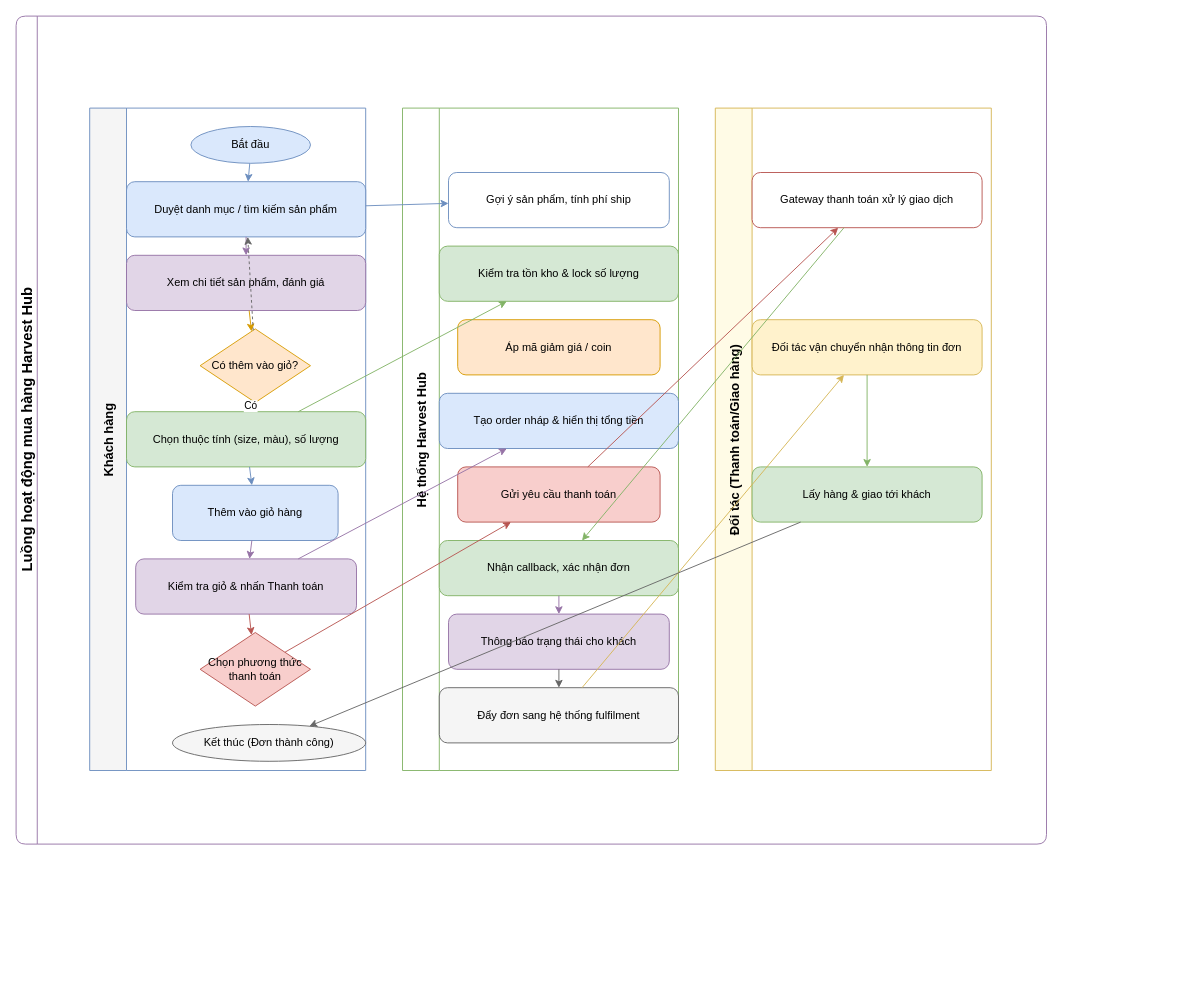
Before: so_do/bieu_do_hoat_dong_muahang.drawio in doanquanghung2003/harvest-hub-backend, a draw.io diagram. Source tidied: cells renumbered, new cells numbered last; positions are measured from the earlier drawing's top-left corner, leaving out a move shared by most shapes. Both pictures are drawn from the tidied source at 92%, with x=0, y=0 at pixel (16, 16).
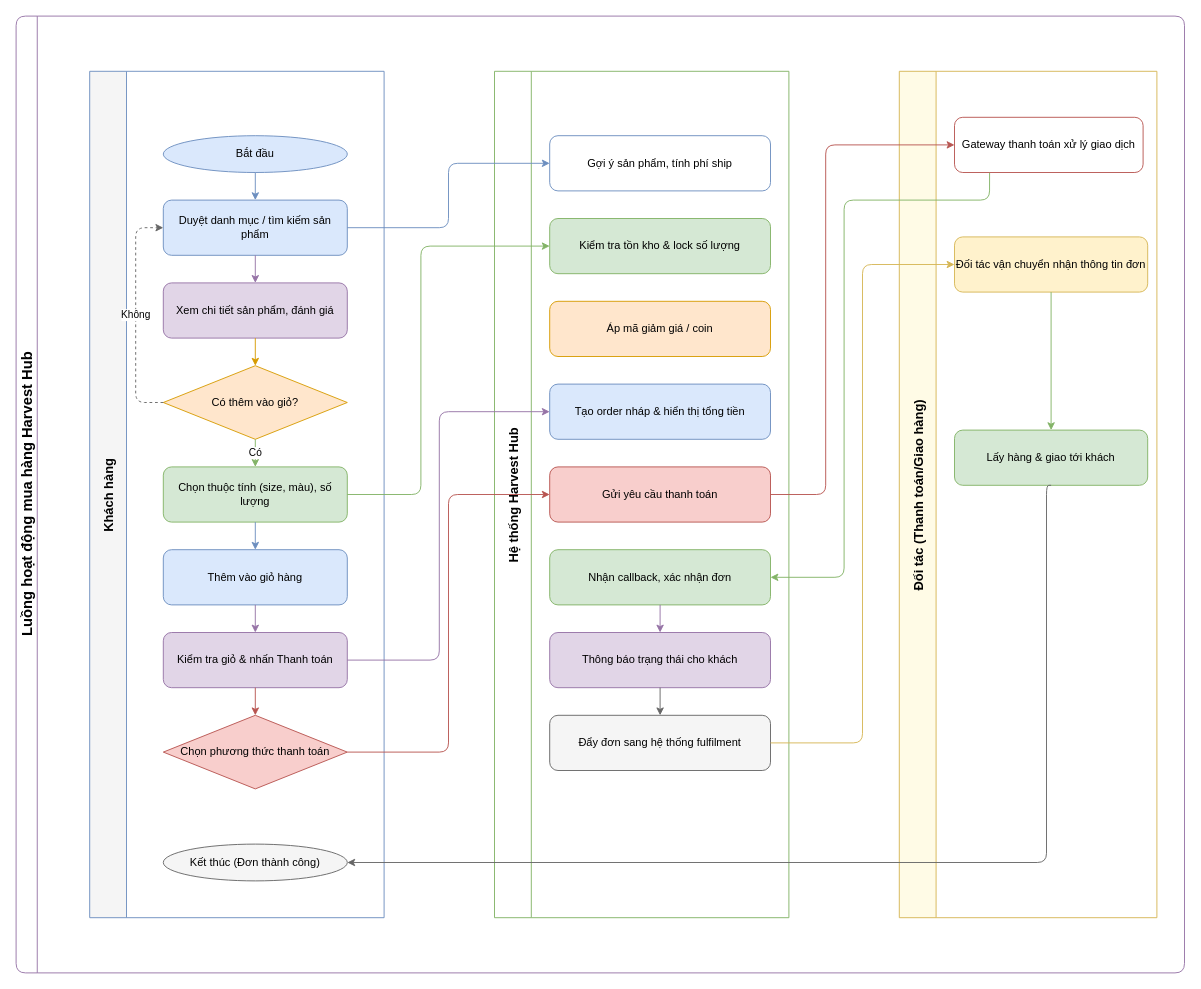
The same diagram, later.

The edit, as a diff of the source:
```diff
@@
     <mxCell id="2" value="Luồng hoạt động mua hàng Harvest Hub" style="swimlane;horizontal=0;rounded=1;whiteSpace=wrap;html=1;fontSize=16;strokeColor=#9673a6;fillColor=#ffffff;" parent="1" vertex="1">
-      <mxGeometry width="1120" height="900" as="geometry" />
+      <mxGeometry width="1270" height="1040" as="geometry" />
     </mxCell>
     <mxCell id="3" value="Khách hàng" style="swimlane;horizontal=0;startSize=40;strokeColor=#6c8ebf;fillColor=#f5f5f5;fontSize=14;" parent="2" vertex="1">
-      <mxGeometry x="80" y="100" width="300" height="720" as="geometry" />
+      <mxGeometry x="80" y="60" width="320" height="920" as="geometry" />
     </mxCell>
     <mxCell id="4" value="Bắt đầu" style="ellipse;whiteSpace=wrap;html=1;fillColor=#dae8fc;strokeColor=#6c8ebf;" parent="3" vertex="1">
-      <mxGeometry x="110" y="20" width="130" height="40" as="geometry" />
+      <mxGeometry x="80" y="70" width="200" height="40" as="geometry" />
     </mxCell>
     <mxCell id="5" value="Duyệt danh mục / tìm kiếm sản phẩm" style="rounded=1;whiteSpace=wrap;html=1;strokeColor=#6c8ebf;fillColor=#dae8fc;" parent="3" vertex="1">
-      <mxGeometry x="40" y="80" width="260" height="60" as="geometry" />
+      <mxGeometry x="80" y="140" width="200" height="60" as="geometry" />
     </mxCell>
     <mxCell id="6" value="Xem chi tiết sản phẩm, đánh giá" style="rounded=1;whiteSpace=wrap;html=1;strokeColor=#9673a6;fillColor=#e1d5e7;" parent="3" vertex="1">
-      <mxGeometry x="40" y="160" width="260" height="60" as="geometry" />
+      <mxGeometry x="80" y="230" width="200" height="60" as="geometry" />
     </mxCell>
     <mxCell id="7" value="Có thêm vào giỏ?" style="rhombus;whiteSpace=wrap;html=1;strokeColor=#d79b00;fillColor=#ffe6cc;" parent="3" vertex="1">
-      <mxGeometry x="120" y="240" width="120" height="80" as="geometry" />
+      <mxGeometry x="80" y="320" width="200" height="80" as="geometry" />
     </mxCell>
     <mxCell id="8" value="Chọn thuộc tính (size, màu), số lượng" style="rounded=1;whiteSpace=wrap;html=1;strokeColor=#82b366;fillColor=#d5e8d4;" parent="3" vertex="1">
-      <mxGeometry x="40" y="330" width="260" height="60" as="geometry" />
+      <mxGeometry x="80" y="430" width="200" height="60" as="geometry" />
     </mxCell>
     <mxCell id="9" value="Thêm vào giỏ hàng" style="rounded=1;whiteSpace=wrap;html=1;strokeColor=#6c8ebf;fillColor=#dae8fc;" parent="3" vertex="1">
-      <mxGeometry x="90" y="410" width="180" height="60" as="geometry" />
+      <mxGeometry x="80" y="520" width="200" height="60" as="geometry" />
     </mxCell>
     <mxCell id="10" value="Kiểm tra giỏ &amp; nhấn Thanh toán" style="rounded=1;whiteSpace=wrap;html=1;strokeColor=#9673a6;fillColor=#e1d5e7;" parent="3" vertex="1">
-      <mxGeometry x="50" y="490" width="240" height="60" as="geometry" />
+      <mxGeometry x="80" y="610" width="200" height="60" as="geometry" />
     </mxCell>
     <mxCell id="11" value="Chọn phương thức thanh toán" style="rhombus;whiteSpace=wrap;html=1;strokeColor=#b85450;fillColor=#f8cecc;" parent="3" vertex="1">
-      <mxGeometry x="120" y="570" width="120" height="80" as="geometry" />
+      <mxGeometry x="80" y="700" width="200" height="80" as="geometry" />
     </mxCell>
     <mxCell id="12" value="Kết thúc (Đơn thành công)" style="ellipse;whiteSpace=wrap;html=1;fillColor=#f5f5f5;strokeColor=#666666;" parent="3" vertex="1">
-      <mxGeometry x="90" y="670" width="210" height="40" as="geometry" />
+      <mxGeometry x="80" y="840" width="200" height="40" as="geometry" />
     </mxCell>
@@
-    <mxCell id="17" style="endArrow=classic;html=1;strokeColor=#666666;dashed=1;" parent="3" edge="1" source="7" target="5">
-      <mxGeometry relative="1" as="geometry" />
+    <mxCell id="17" value="Không" style="endArrow=classic;html=1;strokeColor=#666666;dashed=1;" parent="3" edge="1" source="7" target="5">
+      <mxGeometry relative="1" as="geometry">
+        <Array as="points">
+          <mxPoint x="50" y="360" />
+          <mxPoint x="50" y="170" />
+        </Array>
+      </mxGeometry>
     </mxCell>
@@
     <mxCell id="21" value="Hệ thống Harvest Hub" style="swimlane;horizontal=0;startSize=40;strokeColor=#82b366;fillColor=#ffffff;fontSize=14;" parent="2" vertex="1">
-      <mxGeometry x="420" y="100" width="300" height="720" as="geometry" />
+      <mxGeometry x="520" y="60" width="320" height="920" as="geometry" />
     </mxCell>
     <mxCell id="22" value="Gợi ý sản phẩm, tính phí ship" style="rounded=1;whiteSpace=wrap;html=1;strokeColor=#6c8ebf;fillColor=#ffffff;" parent="21" vertex="1">
-      <mxGeometry x="50" y="70" width="240" height="60" as="geometry" />
+      <mxGeometry x="60" y="70" width="240" height="60" as="geometry" />
     </mxCell>
     <mxCell id="23" value="Kiểm tra tồn kho &amp; lock số lượng" style="rounded=1;whiteSpace=wrap;html=1;strokeColor=#82b366;fillColor=#d5e8d4;" parent="21" vertex="1">
-      <mxGeometry x="40" y="150" width="260" height="60" as="geometry" />
+      <mxGeometry x="60" y="160" width="240" height="60" as="geometry" />
     </mxCell>
     <mxCell id="24" value="Áp mã giảm giá / coin" style="rounded=1;whiteSpace=wrap;html=1;strokeColor=#d79b00;fillColor=#ffe6cc;" parent="21" vertex="1">
-      <mxGeometry x="60" y="230" width="220" height="60" as="geometry" />
+      <mxGeometry x="60" y="250" width="240" height="60" as="geometry" />
     </mxCell>
     <mxCell id="25" value="Tạo order nháp &amp; hiển thị tổng tiền" style="rounded=1;whiteSpace=wrap;html=1;strokeColor=#6c8ebf;fillColor=#dae8fc;" parent="21" vertex="1">
-      <mxGeometry x="40" y="310" width="260" height="60" as="geometry" />
+      <mxGeometry x="60" y="340" width="240" height="60" as="geometry" />
     </mxCell>
     <mxCell id="26" value="Gửi yêu cầu thanh toán" style="rounded=1;whiteSpace=wrap;html=1;strokeColor=#b85450;fillColor=#f8cecc;" parent="21" vertex="1">
-      <mxGeometry x="60" y="390" width="220" height="60" as="geometry" />
+      <mxGeometry x="60" y="430" width="240" height="60" as="geometry" />
     </mxCell>
     <mxCell id="27" value="Nhận callback, xác nhận đơn" style="rounded=1;whiteSpace=wrap;html=1;strokeColor=#82b366;fillColor=#d5e8d4;" parent="21" vertex="1">
-      <mxGeometry x="40" y="470" width="260" height="60" as="geometry" />
+      <mxGeometry x="60" y="520" width="240" height="60" as="geometry" />
     </mxCell>
     <mxCell id="28" value="Thông báo trạng thái cho khách" style="rounded=1;whiteSpace=wrap;html=1;strokeColor=#9673a6;fillColor=#e1d5e7;" parent="21" vertex="1">
-      <mxGeometry x="50" y="550" width="240" height="60" as="geometry" />
+      <mxGeometry x="60" y="610" width="240" height="60" as="geometry" />
     </mxCell>
     <mxCell id="29" value="Đẩy đơn sang hệ thống fulfilment" style="rounded=1;whiteSpace=wrap;html=1;strokeColor=#666666;fillColor=#f5f5f5;" parent="21" vertex="1">
-      <mxGeometry x="40" y="630" width="260" height="60" as="geometry" />
+      <mxGeometry x="60" y="700" width="240" height="60" as="geometry" />
     </mxCell>
@@
     <mxCell id="32" value="Đối tác (Thanh toán/Giao hàng)" style="swimlane;horizontal=0;startSize=40;strokeColor=#d6b656;fillColor=#fffbe6;fontSize=14;" parent="2" vertex="1">
-      <mxGeometry x="760" y="100" width="300" height="720" as="geometry" />
+      <mxGeometry x="960" y="60" width="280" height="920" as="geometry" />
     </mxCell>
     <mxCell id="33" value="Gateway thanh toán xử lý giao dịch" style="rounded=1;whiteSpace=wrap;html=1;strokeColor=#b85450;fillColor=#ffffff;" parent="32" vertex="1">
-      <mxGeometry x="40" y="70" width="250" height="60" as="geometry" />
+      <mxGeometry x="60" y="50" width="205" height="60" as="geometry" />
     </mxCell>
     <mxCell id="34" value="Đối tác vận chuyển nhận thông tin đơn" style="rounded=1;whiteSpace=wrap;html=1;strokeColor=#d6b656;fillColor=#fff2cc;" parent="32" vertex="1">
-      <mxGeometry x="40" y="230" width="250" height="60" as="geometry" />
+      <mxGeometry x="60" y="180" width="210" height="60" as="geometry" />
     </mxCell>
     <mxCell id="35" value="Lấy hàng &amp; giao tới khách" style="rounded=1;whiteSpace=wrap;html=1;strokeColor=#82b366;fillColor=#d5e8d4;" parent="32" vertex="1">
-      <mxGeometry x="40" y="390" width="250" height="60" as="geometry" />
+      <mxGeometry x="60" y="390" width="210" height="60" as="geometry" />
     </mxCell>
@@
-    <mxCell id="37" style="endArrow=classic;html=1;strokeColor=#6c8ebf;" parent="2" edge="1" source="5" target="22">
+    <mxCell id="37" style="edgeStyle=orthogonalEdgeStyle;endArrow=classic;html=1;strokeColor=#6c8ebf;entryX=0;entryY=0.5;exitX=1;exitY=0.5;" parent="2" edge="1" source="5" target="22">
       <mxGeometry relative="1" as="geometry" />
     </mxCell>
-    <mxCell id="38" style="endArrow=classic;html=1;strokeColor=#82b366;" parent="2" edge="1" source="8" target="23">
-      <mxGeometry relative="1" as="geometry" />
+    <mxCell id="38" style="edgeStyle=orthogonalEdgeStyle;endArrow=classic;html=1;strokeColor=#82b366;entryX=0;entryY=0.5;exitX=1;exitY=0.5;" parent="2" edge="1" source="8" target="23">
+      <mxGeometry relative="1" as="geometry">
+        <Array as="points">
+          <mxPoint x="440" y="520" />
+          <mxPoint x="440" y="250" />
+        </Array>
+      </mxGeometry>
     </mxCell>
-    <mxCell id="39" style="endArrow=classic;html=1;strokeColor=#9673a6;" parent="2" edge="1" source="10" target="25">
-      <mxGeometry relative="1" as="geometry" />
+    <mxCell id="39" style="edgeStyle=orthogonalEdgeStyle;endArrow=classic;html=1;strokeColor=#9673a6;entryX=0;entryY=0.5;exitX=1;exitY=0.5;" parent="2" edge="1" source="10" target="25">
+      <mxGeometry relative="1" as="geometry">
+        <Array as="points">
+          <mxPoint x="460" y="700" />
+          <mxPoint x="460" y="430" />
+        </Array>
+      </mxGeometry>
     </mxCell>
-    <mxCell id="40" style="endArrow=classic;html=1;strokeColor=#b85450;" parent="2" edge="1" source="11" target="26">
+    <mxCell id="40" style="edgeStyle=orthogonalEdgeStyle;endArrow=classic;html=1;strokeColor=#b85450;entryX=0;entryY=0.5;exitX=1;exitY=0.5;" parent="2" edge="1" source="11" target="26">
       <mxGeometry relative="1" as="geometry" />
     </mxCell>
-    <mxCell id="41" style="endArrow=classic;html=1;strokeColor=#b85450;" parent="2" edge="1" source="26" target="33">
-      <mxGeometry relative="1" as="geometry" />
+    <mxCell id="41" style="edgeStyle=orthogonalEdgeStyle;endArrow=classic;html=1;strokeColor=#b85450;entryX=0;entryY=0.5;exitX=1;exitY=0.5;" parent="2" edge="1" source="26" target="33">
+      <mxGeometry relative="1" as="geometry">
+        <Array as="points">
+          <mxPoint x="880" y="520" />
+          <mxPoint x="880" y="140" />
+        </Array>
+      </mxGeometry>
     </mxCell>
-    <mxCell id="42" style="endArrow=classic;html=1;strokeColor=#82b366;" parent="2" edge="1" source="33" target="27">
-      <mxGeometry relative="1" as="geometry" />
+    <mxCell id="42" style="edgeStyle=orthogonalEdgeStyle;endArrow=classic;html=1;strokeColor=#82b366;exitX=0.186;exitY=1.005;exitDx=0;exitDy=0;exitPerimeter=0;" parent="2" edge="1" source="33">
+      <mxGeometry relative="1" as="geometry">
+        <mxPoint x="820" y="610" as="targetPoint" />
+        <Array as="points">
+          <mxPoint x="1058" y="200" />
+          <mxPoint x="900" y="200" />
+          <mxPoint x="900" y="610" />
+        </Array>
+      </mxGeometry>
     </mxCell>
-    <mxCell id="43" style="endArrow=classic;html=1;strokeColor=#d6b656;" parent="2" edge="1" source="29" target="34">
+    <mxCell id="43" style="edgeStyle=orthogonalEdgeStyle;endArrow=classic;html=1;strokeColor=#d6b656;entryX=0;entryY=0.5;exitX=1;exitY=0.5;" parent="2" edge="1" source="29" target="34">
       <mxGeometry relative="1" as="geometry" />
     </mxCell>
-    <mxCell id="44" style="endArrow=classic;html=1;strokeColor=#666666;" parent="2" edge="1" source="35" target="12">
-      <mxGeometry relative="1" as="geometry" />
+    <mxCell id="44" style="edgeStyle=orthogonalEdgeStyle;endArrow=classic;html=1;strokeColor=#666666;entryX=1;entryY=0.5;exitX=0.5;exitY=1;exitDx=0;exitDy=0;" parent="2" edge="1" source="35" target="12">
+      <mxGeometry relative="1" as="geometry">
+        <Array as="points">
+          <mxPoint x="1120" y="510" />
+          <mxPoint x="1120" y="920" />
+        </Array>
+      </mxGeometry>
     </mxCell>
```
